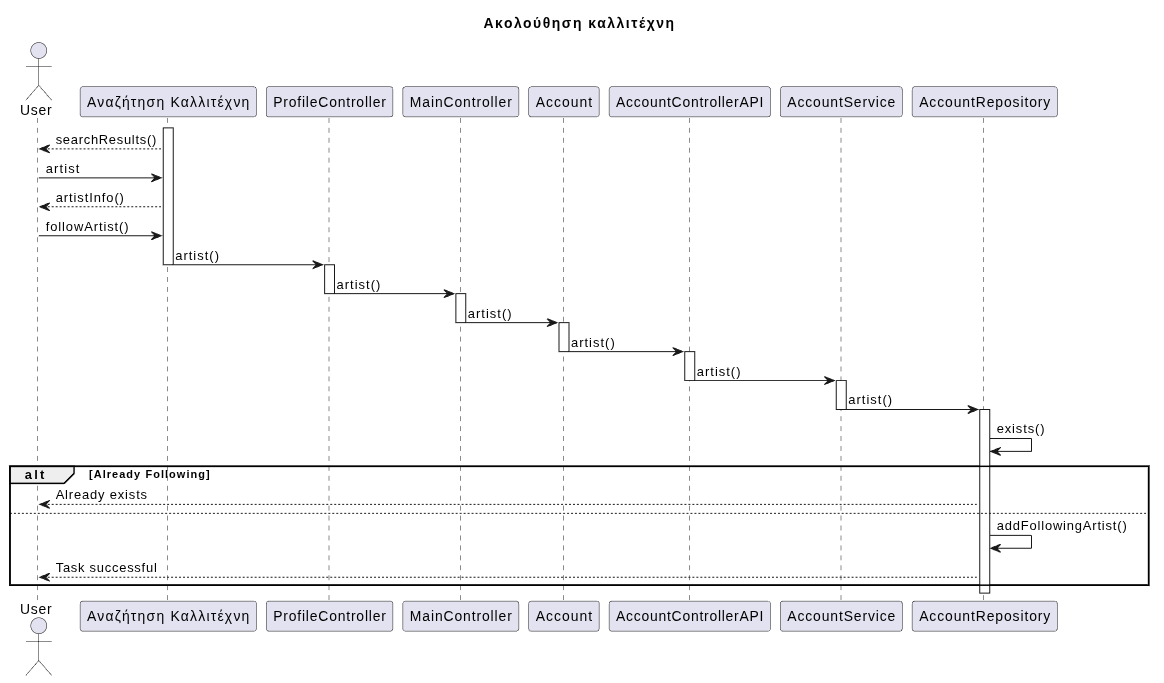
Earlier version of the PlantUML export Paradoteo_2/SequenceDiagrams_v0.1/SequenceDiagram11.png (RubenKingCP/Namify). Its source is kept beside it as Paradoteo_2/SequenceDiagrams_v0.1/SequenceDiagram11.puml.
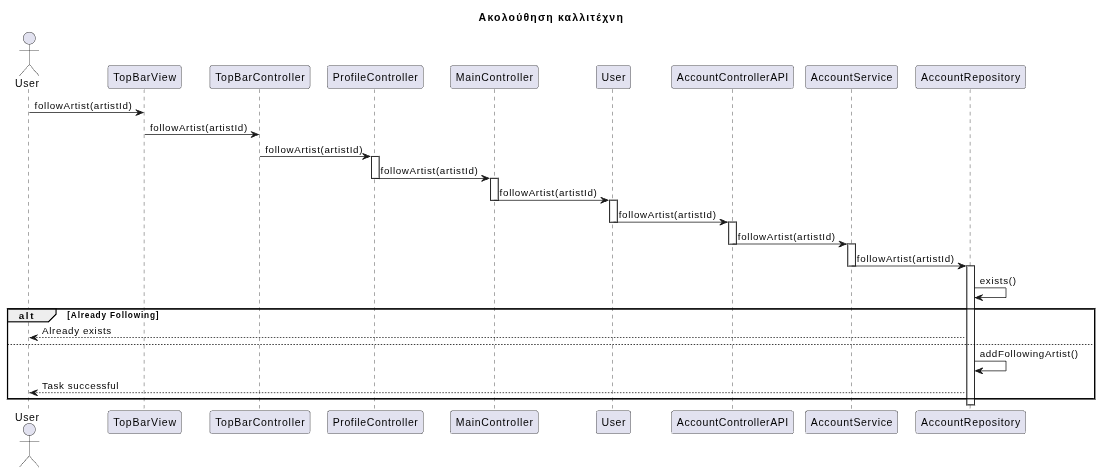
The same file after the commit.

Commit message:
Replaced Sequence 10, 11 with new versions of the pngs and updated the class diagram, class diagram still wip

Diff of the diagram source:
```diff
@@ -3,40 +3,40 @@
 title Ακολούθηση καλλιτέχνη
 
 
-actor User
+actor User as u
 participant TopBarView
 participant TopBarController
 participant ProfileController
 participant MainController
-participant Account
+participant User
 participant AccountControllerAPI
 participant AccountService
 participant AccountRepository
 
-User -> TopBarView : followArtist(artistId)
+u -> TopBarView : followArtist(artistId)
 TopBarView -> TopBarController : followArtist(artistId)
-TopBarController -> ProfileController : artist(artistId)
+TopBarController -> ProfileController : followArtist(artistId)
 activate ProfileController
-ProfileController -> MainController : artist()
+ProfileController -> MainController : followArtist(artistId)
 deactivate ProfileController
 activate MainController
-MainController -> Account : artist()
+MainController -> User: followArtist(artistId)
 deactivate MainController
-activate Account
-Account -> AccountControllerAPI : artist()
-deactivate Account
+activate User
+User-> AccountControllerAPI : followArtist(artistId)
+deactivate User
 activate AccountControllerAPI
-AccountControllerAPI -> AccountService : artist()
+AccountControllerAPI -> AccountService : followArtist(artistId)
 deactivate AccountControllerAPI
 activate AccountService
-AccountService -> AccountRepository : artist()
+AccountService -> AccountRepository : followArtist(artistId)
 deactivate AccountService
 activate AccountRepository
 AccountRepository -> AccountRepository : exists()
 alt Already Following
-    AccountRepository --> User : Already exists
+    AccountRepository --> u : Already exists
 else
     AccountRepository -> AccountRepository : addFollowingArtist()
-    AccountRepository --> User : Task successful
+    AccountRepository --> u : Task successful
 end
 @enduml
```
